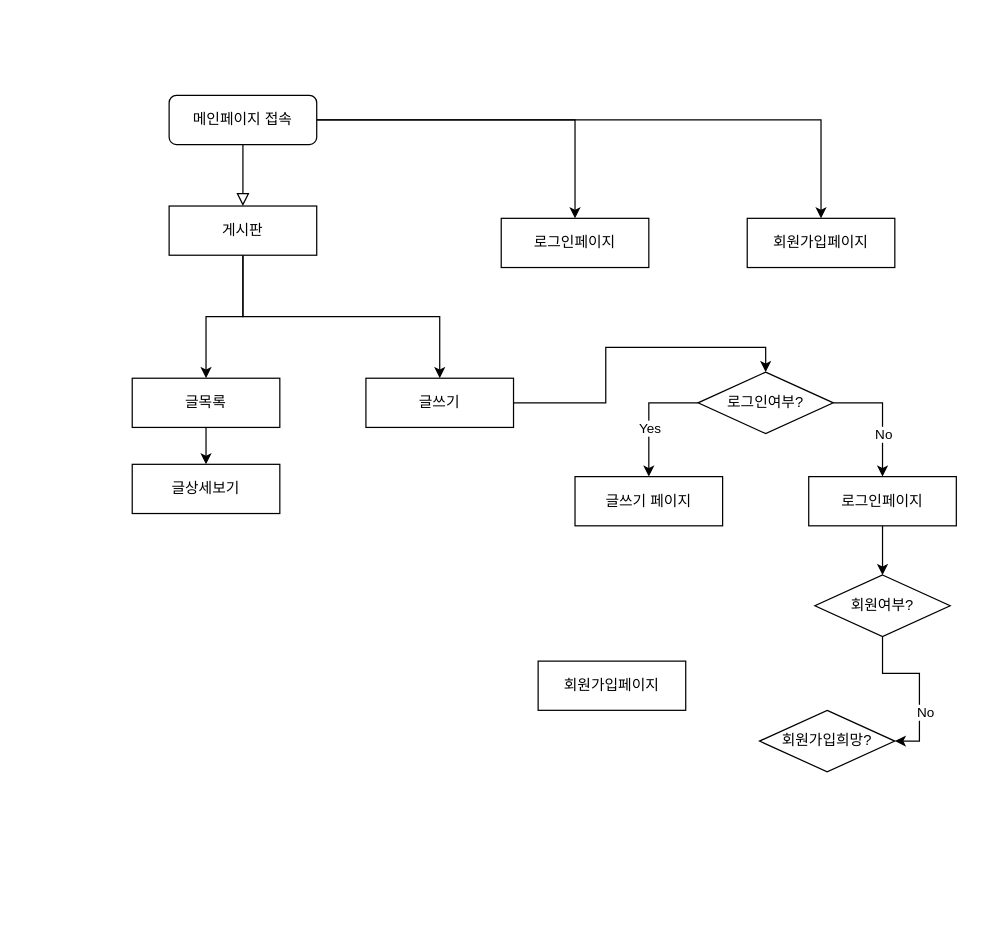
The draw.io diagram Untitled Diagram.drawio in kzetadev/drawio, before the edit. Source tidied: cells renumbered, new cells numbered last; positions are measured from the earlier drawing's top-left corner, leaving out a move shared by most shapes. Both pictures are drawn from the tidied source at 123%, with x=0, y=0 at pixel (132, 95).
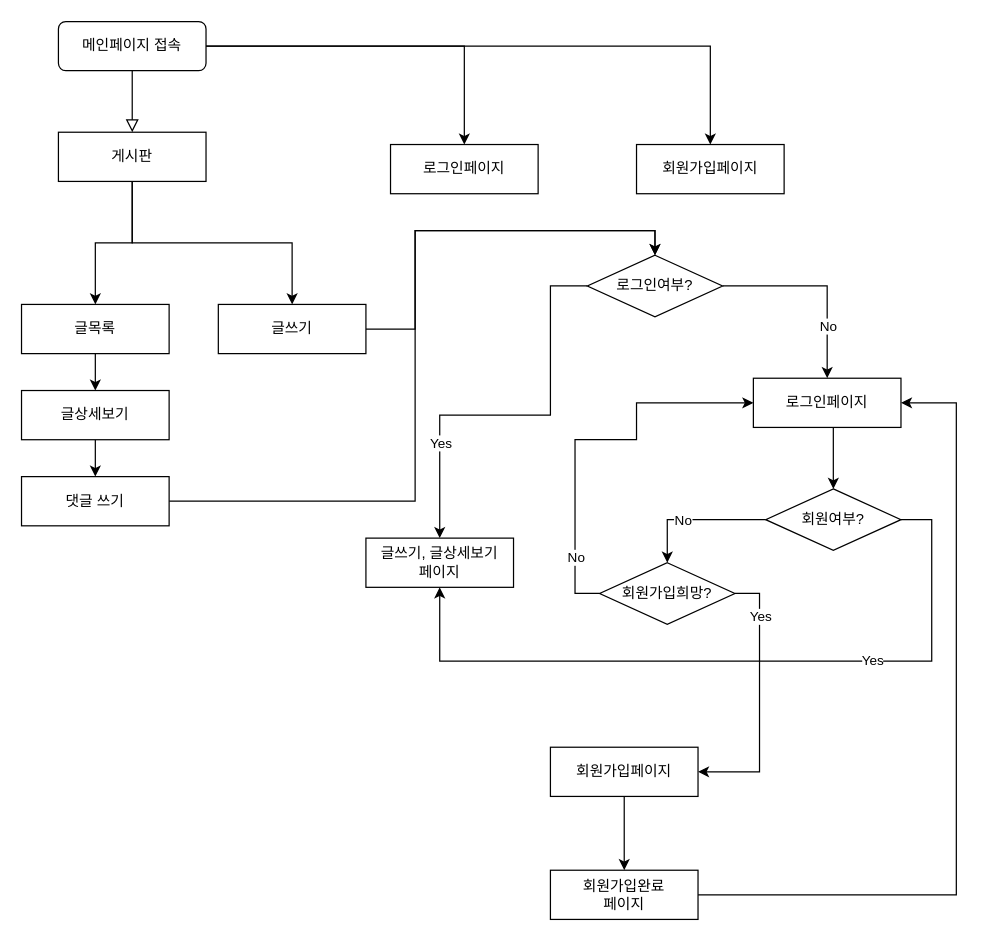
The same diagram, later.

Diff of the diagram source:
```diff
@@
     <mxCell id="5" value="메인페이지 접속" style="rounded=1;whiteSpace=wrap;html=1;fontSize=12;glass=0;strokeWidth=1;shadow=0;" parent="1" vertex="1">
-      <mxGeometry x="30" width="120" height="40" as="geometry" />
+      <mxGeometry x="-60" y="-60" width="120" height="40" as="geometry" />
     </mxCell>
@@
-    <mxCell id="7" style="edgeStyle=orthogonalEdgeStyle;rounded=0;jettySize=auto;html=1;" parent="1" edge="1" source="8" target="14">
+    <mxCell id="7" style="edgeStyle=orthogonalEdgeStyle;rounded=0;jettySize=auto;html=1;entryX=0.5;entryY=0;entryDx=0;entryDy=0;" parent="1" edge="1" source="8" target="14">
       <mxGeometry relative="1" as="geometry">
         <Array as="points">
-          <mxPoint x="90" y="180" />
-          <mxPoint x="250" y="180" />
+          <mxPoint y="120" />
+          <mxPoint x="130" y="120" />
         </Array>
       </mxGeometry>
     </mxCell>
     <mxCell id="8" value="게시판" style="rounded=0;whiteSpace=wrap;html=1;" parent="1" vertex="1">
-      <mxGeometry x="30" y="90" width="120" height="40" as="geometry" />
+      <mxGeometry x="-60" y="30" width="120" height="40" as="geometry" />
     </mxCell>
     <mxCell id="9" value="로그인페이지" style="rounded=0;whiteSpace=wrap;html=1;" parent="1" vertex="1">
-      <mxGeometry x="300" y="100" width="120" height="40" as="geometry" />
+      <mxGeometry x="210" y="40" width="120" height="40" as="geometry" />
     </mxCell>
     <mxCell id="10" value="회원가입페이지" style="rounded=0;whiteSpace=wrap;html=1;" parent="1" vertex="1">
-      <mxGeometry x="500" y="100" width="120" height="40" as="geometry" />
+      <mxGeometry x="410" y="40" width="120" height="40" as="geometry" />
     </mxCell>
@@
     <mxCell id="12" value="글목록" style="rounded=0;whiteSpace=wrap;html=1;" parent="1" vertex="1">
-      <mxGeometry y="230" width="120" height="40" as="geometry" />
+      <mxGeometry x="-90" y="170" width="120" height="40" as="geometry" />
     </mxCell>
-    <mxCell id="13" style="edgeStyle=orthogonalEdgeStyle;rounded=0;jettySize=auto;html=1;entryX=0.5;entryY=0;entryDx=0;entryDy=0;" parent="1" edge="1" source="14" target="19">
-      <mxGeometry relative="1" as="geometry" />
+    <mxCell id="13" style="edgeStyle=orthogonalEdgeStyle;rounded=0;jettySize=auto;html=1;entryX=0.5;entryY=0;entryDx=0;entryDy=0;exitX=1;exitY=0.5;exitDx=0;exitDy=0;" parent="1" edge="1" source="14" target="19">
+      <mxGeometry relative="1" as="geometry">
+        <Array as="points">
+          <mxPoint x="230" y="190" />
+          <mxPoint x="230" y="110" />
+          <mxPoint x="425" y="110" />
+        </Array>
+      </mxGeometry>
     </mxCell>
     <mxCell id="14" value="글쓰기" style="rounded=0;whiteSpace=wrap;html=1;" parent="1" vertex="1">
-      <mxGeometry x="190" y="230" width="120" height="40" as="geometry" />
+      <mxGeometry x="70" y="170" width="120" height="40" as="geometry" />
     </mxCell>
-    <mxCell id="15" style="edgeStyle=orthogonalEdgeStyle;rounded=0;jettySize=auto;html=1;entryX=0.5;entryY=0;entryDx=0;entryDy=0;" parent="1" edge="1" source="19" target="20">
+    <mxCell id="15" style="edgeStyle=orthogonalEdgeStyle;rounded=0;jettySize=auto;html=1;entryX=0.5;entryY=0;entryDx=0;entryDy=0;exitX=0;exitY=0.5;exitDx=0;exitDy=0;" parent="1" edge="1" source="19" target="20">
       <mxGeometry relative="1" as="geometry">
         <Array as="points">
-          <mxPoint x="420" y="250" />
+          <mxPoint x="340" y="155" />
+          <mxPoint x="340" y="260" />
+          <mxPoint x="250" y="260" />
         </Array>
       </mxGeometry>
     </mxCell>
@@
-    <mxCell id="17" style="edgeStyle=orthogonalEdgeStyle;rounded=0;jettySize=auto;html=1;entryX=0.5;entryY=0;entryDx=0;entryDy=0;" parent="1" edge="1" source="19" target="22">
+    <mxCell id="17" style="edgeStyle=orthogonalEdgeStyle;rounded=0;jettySize=auto;html=1;entryX=0.5;entryY=0;entryDx=0;entryDy=0;exitX=1;exitY=0.5;exitDx=0;exitDy=0;" parent="1" edge="1" source="19" target="22">
       <mxGeometry relative="1" as="geometry">
         <Array as="points">
-          <mxPoint x="610" y="250" />
+          <mxPoint x="565" y="155" />
         </Array>
       </mxGeometry>
     </mxCell>
@@
     <mxCell id="19" value="로그인여부?" style="rhombus;whiteSpace=wrap;html=1;" parent="1" vertex="1">
-      <mxGeometry x="460" y="225" width="110" height="50" as="geometry" />
+      <mxGeometry x="370" y="130" width="110" height="50" as="geometry" />
     </mxCell>
-    <mxCell id="20" value="글쓰기 페이지" style="rounded=0;whiteSpace=wrap;html=1;" parent="1" vertex="1">
-      <mxGeometry x="360" y="310" width="120" height="40" as="geometry" />
+    <mxCell id="20" value="&lt;div&gt;글쓰기, 글상세보기&lt;/div&gt;&lt;div&gt; 페이지&lt;/div&gt;" style="rounded=0;whiteSpace=wrap;html=1;" parent="1" vertex="1">
+      <mxGeometry x="190" y="360" width="120" height="40" as="geometry" />
     </mxCell>
     <mxCell id="21" style="edgeStyle=orthogonalEdgeStyle;rounded=0;jettySize=auto;html=1;entryX=0.5;entryY=0;entryDx=0;entryDy=0;" parent="1" edge="1" source="22" target="25">
-      <mxGeometry relative="1" as="geometry" />
+      <mxGeometry relative="1" as="geometry">
+        <Array as="points">
+          <mxPoint x="570" y="250" />
+          <mxPoint x="570" y="250" />
+        </Array>
+      </mxGeometry>
     </mxCell>
     <mxCell id="22" value="로그인페이지" style="rounded=0;whiteSpace=wrap;html=1;" parent="1" vertex="1">
-      <mxGeometry x="550" y="310" width="120" height="40" as="geometry" />
+      <mxGeometry x="505" y="230" width="120" height="40" as="geometry" />
     </mxCell>
-    <mxCell id="23" style="edgeStyle=orthogonalEdgeStyle;rounded=0;jettySize=auto;html=1;entryX=1;entryY=0.5;entryDx=0;entryDy=0;" parent="1" edge="1" source="25" target="27">
-      <mxGeometry relative="1" as="geometry" />
+    <mxCell id="23" style="edgeStyle=orthogonalEdgeStyle;rounded=0;jettySize=auto;html=1;entryX=0.5;entryY=0;entryDx=0;entryDy=0;exitX=0;exitY=0.5;exitDx=0;exitDy=0;" parent="1" edge="1" source="25" target="27">
+      <mxGeometry relative="1" as="geometry">
+        <Array as="points">
+          <mxPoint x="435" y="345" />
+        </Array>
+      </mxGeometry>
     </mxCell>
@@
+    <mxCell id="29" style="edgeStyle=orthogonalEdgeStyle;rounded=0;jettySize=auto;html=1;entryX=0.5;entryY=1;entryDx=0;entryDy=0;exitX=1;exitY=0.5;exitDx=0;exitDy=0;" parent="1" edge="1" source="25" target="20">
+      <mxGeometry relative="1" as="geometry">
+        <Array as="points">
+          <mxPoint x="650" y="345" />
+          <mxPoint x="650" y="460" />
+          <mxPoint x="250" y="460" />
+        </Array>
+      </mxGeometry>
+    </mxCell>
+    <mxCell id="30" value="Yes" style="edgeLabel;html=1;align=center;verticalAlign=middle;" parent="29" vertex="1">
+      <mxGeometry x="-0.37" y="-1" relative="1" as="geometry" />
+    </mxCell>
     <mxCell id="25" value="회원여부?" style="rhombus;whiteSpace=wrap;html=1;" parent="1" vertex="1">
-      <mxGeometry x="555" y="390" width="110" height="50" as="geometry" />
+      <mxGeometry x="515" y="320" width="110" height="50" as="geometry" />
     </mxCell>
+    <mxCell id="31" style="edgeStyle=orthogonalEdgeStyle;rounded=0;jettySize=auto;html=1;exitX=0.5;exitY=1;exitDx=0;exitDy=0;entryX=0.5;entryY=0;entryDx=0;entryDy=0;" parent="1" edge="1" source="26" target="40">
+      <mxGeometry relative="1" as="geometry" />
+    </mxCell>
     <mxCell id="26" value="글상세보기" style="rounded=0;whiteSpace=wrap;html=1;" parent="1" vertex="1">
-      <mxGeometry y="300" width="120" height="40" as="geometry" />
+      <mxGeometry x="-90" y="240" width="120" height="40" as="geometry" />
     </mxCell>
+    <mxCell id="32" style="edgeStyle=orthogonalEdgeStyle;rounded=0;jettySize=auto;html=1;entryX=0;entryY=0.5;entryDx=0;entryDy=0;exitX=0;exitY=0.5;exitDx=0;exitDy=0;" parent="1" edge="1" source="27" target="22">
+      <mxGeometry relative="1" as="geometry">
+        <Array as="points">
+          <mxPoint x="360" y="405" />
+          <mxPoint x="360" y="280" />
+          <mxPoint x="410" y="280" />
+          <mxPoint x="410" y="250" />
+        </Array>
+      </mxGeometry>
+    </mxCell>
+    <mxCell id="33" value="&lt;div&gt;No&lt;/div&gt;" style="edgeLabel;html=1;align=center;verticalAlign=middle;" parent="32" vertex="1">
+      <mxGeometry x="-0.68" y="-2" relative="1" as="geometry">
+        <mxPoint x="-2" y="1" as="offset" />
+      </mxGeometry>
+    </mxCell>
+    <mxCell id="34" style="edgeStyle=orthogonalEdgeStyle;rounded=0;jettySize=auto;html=1;exitX=1;exitY=0.5;exitDx=0;exitDy=0;entryX=1;entryY=0.5;entryDx=0;entryDy=0;" parent="1" edge="1" source="27" target="28">
+      <mxGeometry relative="1" as="geometry" />
+    </mxCell>
+    <mxCell id="35" value="Yes" style="edgeLabel;html=1;align=center;verticalAlign=middle;" parent="34" vertex="1">
+      <mxGeometry x="-0.65" relative="1" as="geometry" />
+    </mxCell>
     <mxCell id="27" value="회원가입희망?" style="rhombus;whiteSpace=wrap;html=1;" parent="1" vertex="1">
-      <mxGeometry x="510" y="500" width="110" height="50" as="geometry" />
+      <mxGeometry x="380" y="380" width="110" height="50" as="geometry" />
     </mxCell>
+    <mxCell id="36" style="edgeStyle=orthogonalEdgeStyle;rounded=0;jettySize=auto;html=1;entryX=0.5;entryY=0;entryDx=0;entryDy=0;" parent="1" edge="1" source="28" target="38">
+      <mxGeometry relative="1" as="geometry" />
+    </mxCell>
     <mxCell id="28" value="회원가입페이지" style="rounded=0;whiteSpace=wrap;html=1;" parent="1" vertex="1">
-      <mxGeometry x="330" y="460" width="120" height="40" as="geometry" />
+      <mxGeometry x="340" y="530" width="120" height="40" as="geometry" />
     </mxCell>
+    <mxCell id="37" style="edgeStyle=orthogonalEdgeStyle;rounded=0;jettySize=auto;html=1;entryX=1;entryY=0.5;entryDx=0;entryDy=0;" parent="1" edge="1" source="38" target="22">
+      <mxGeometry relative="1" as="geometry">
+        <Array as="points">
+          <mxPoint x="670" y="650" />
+          <mxPoint x="670" y="250" />
+        </Array>
+      </mxGeometry>
+    </mxCell>
+    <mxCell id="38" value="&lt;div&gt;회원가입완료&lt;/div&gt;&lt;div&gt;페이지&lt;br&gt;&lt;/div&gt;" style="rounded=0;whiteSpace=wrap;html=1;" parent="1" vertex="1">
+      <mxGeometry x="340" y="630" width="120" height="40" as="geometry" />
+    </mxCell>
+    <mxCell id="39" style="edgeStyle=orthogonalEdgeStyle;rounded=0;jettySize=auto;html=1;entryX=0.5;entryY=0;entryDx=0;entryDy=0;" parent="1" edge="1" source="40" target="19">
+      <mxGeometry relative="1" as="geometry">
+        <Array as="points">
+          <mxPoint x="230" y="330" />
+          <mxPoint x="230" y="110" />
+          <mxPoint x="425" y="110" />
+        </Array>
+      </mxGeometry>
+    </mxCell>
+    <mxCell id="40" value="댓글 쓰기" style="rounded=0;whiteSpace=wrap;html=1;" parent="1" vertex="1">
+      <mxGeometry x="-90" y="310" width="120" height="40" as="geometry" />
+    </mxCell>
```
